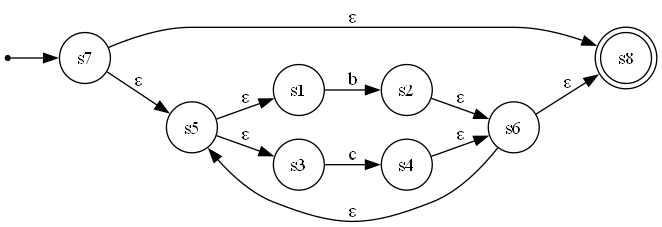
Above: diagrams/nfa.png in sauravatgithub-web/REGEX-to-Automata (Graphviz), before the change. Its source is kept beside it as dots/nfa.dot. Its diagram source:
```dot
digraph Automaton {
    rankdir=LR;
    node [shape=circle];

    __start__ [shape=point];
    __start__ -> s7;
    s8 [shape=doublecircle];
    s1 -> s2 [label="b"];
    s3 -> s4 [label="c"];
    s5 -> s1 [label="ε"];
    s5 -> s3 [label="ε"];
    s2 -> s6 [label="ε"];
    s4 -> s6 [label="ε"];
    s7 -> s8 [label="ε"];
    s7 -> s5 [label="ε"];
    s6 -> s8 [label="ε"];
    s6 -> s5 [label="ε"];
}
```
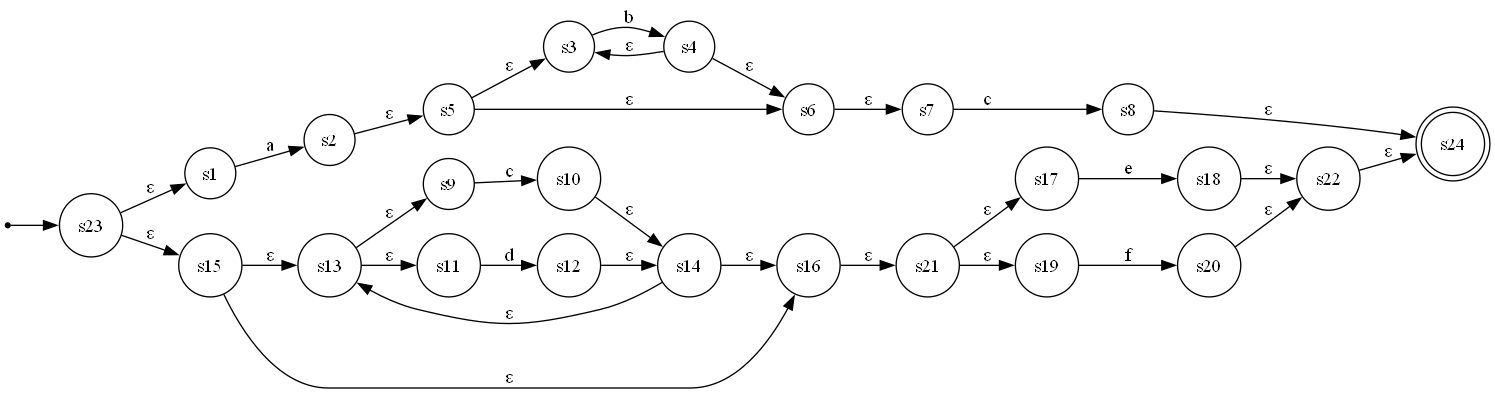
Later version of the same file.

Diff of the diagram source:
```diff
@@ -3,16 +3,36 @@
     node [shape=circle];
 
     __start__ [shape=point];
-    __start__ -> s7;
-    s8 [shape=doublecircle];
-    s1 -> s2 [label="b"];
-    s3 -> s4 [label="c"];
-    s5 -> s1 [label="ε"];
+    __start__ -> s23;
+    s24 [shape=doublecircle];
+    s1 -> s2 [label="a"];
+    s3 -> s4 [label="b"];
+    s5 -> s6 [label="ε"];
     s5 -> s3 [label="ε"];
-    s2 -> s6 [label="ε"];
     s4 -> s6 [label="ε"];
-    s7 -> s8 [label="ε"];
-    s7 -> s5 [label="ε"];
-    s6 -> s8 [label="ε"];
-    s6 -> s5 [label="ε"];
+    s4 -> s3 [label="ε"];
+    s2 -> s5 [label="ε"];
+    s7 -> s8 [label="c"];
+    s6 -> s7 [label="ε"];
+    s9 -> s10 [label="c"];
+    s11 -> s12 [label="d"];
+    s13 -> s9 [label="ε"];
+    s13 -> s11 [label="ε"];
+    s10 -> s14 [label="ε"];
+    s12 -> s14 [label="ε"];
+    s15 -> s16 [label="ε"];
+    s15 -> s13 [label="ε"];
+    s14 -> s16 [label="ε"];
+    s14 -> s13 [label="ε"];
+    s17 -> s18 [label="e"];
+    s19 -> s20 [label="f"];
+    s21 -> s17 [label="ε"];
+    s21 -> s19 [label="ε"];
+    s18 -> s22 [label="ε"];
+    s20 -> s22 [label="ε"];
+    s16 -> s21 [label="ε"];
+    s23 -> s1 [label="ε"];
+    s23 -> s15 [label="ε"];
+    s8 -> s24 [label="ε"];
+    s22 -> s24 [label="ε"];
 }
```
